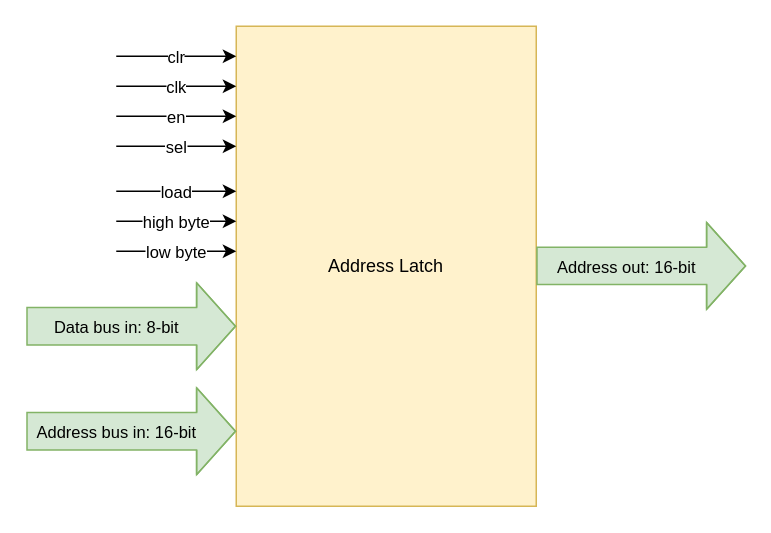
MaciejMikulski/CPU-1 keeps this draw.io diagram as page "Address Latch" (9 of 10) of CPU-1_Documentation/CPU-1_diagram.drawio. Above is the earlier version. Source tidied: cells renumbered, new cells numbered last; positions are measured from the earlier drawing's top-left corner, leaving out a move shared by most shapes. Both pictures are drawn from the tidied source at 150%, with x=0, y=0 at pixel (26, 26).
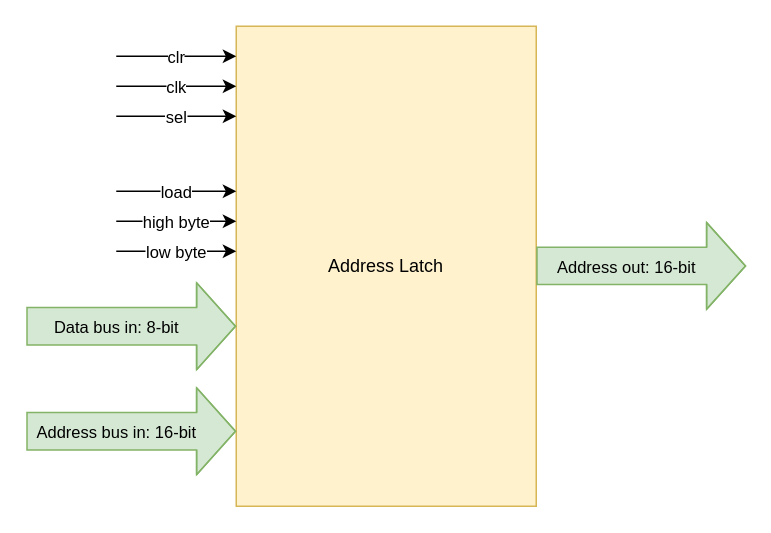
The same page after the edit.

The edit, as a diff of the source:
```diff
@@
     <mxCell id="11" style="endArrow=classic;html=1;" parent="1" edge="1">
       <mxGeometry relative="1" as="geometry">
-        <mxPoint x="60" y="80" as="sourcePoint" />
-        <mxPoint x="140" y="80" as="targetPoint" />
+        <mxPoint x="60" y="60" as="sourcePoint" />
+        <mxPoint x="140" y="60" as="targetPoint" />
         <Array as="points">
-          <mxPoint x="100" y="80" />
+          <mxPoint x="100" y="60" />
         </Array>
       </mxGeometry>
     </mxCell>
@@
-    <mxCell id="13" style="endArrow=classic;html=1;" parent="1" edge="1">
-      <mxGeometry relative="1" as="geometry">
-        <mxPoint x="60" y="60" as="sourcePoint" />
-        <mxPoint x="140" y="60" as="targetPoint" />
-        <Array as="points">
-          <mxPoint x="100" y="60" />
-        </Array>
-      </mxGeometry>
-    </mxCell>
-    <mxCell id="14" value="en" style="edgeLabel;html=1;align=center;verticalAlign=middle;" parent="13" vertex="1">
-      <mxGeometry x="-0.14" y="-3" relative="1" as="geometry">
-        <mxPoint x="5.6" y="-3" as="offset" />
-      </mxGeometry>
-    </mxCell>
```
